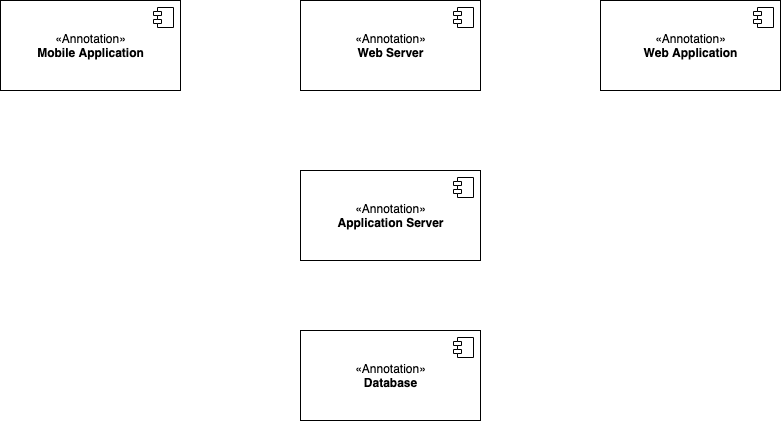
This is Communicating Architecture/UML Component Diagram/Mobile App UML Component Diagram.png from smitbmx/Architecture-Diagrams, a draw.io export, as it was before one commit. Source tidied: cells renumbered, new cells last; positions are measured from the earlier drawing's top-left corner, leaving out a move shared by most shapes.
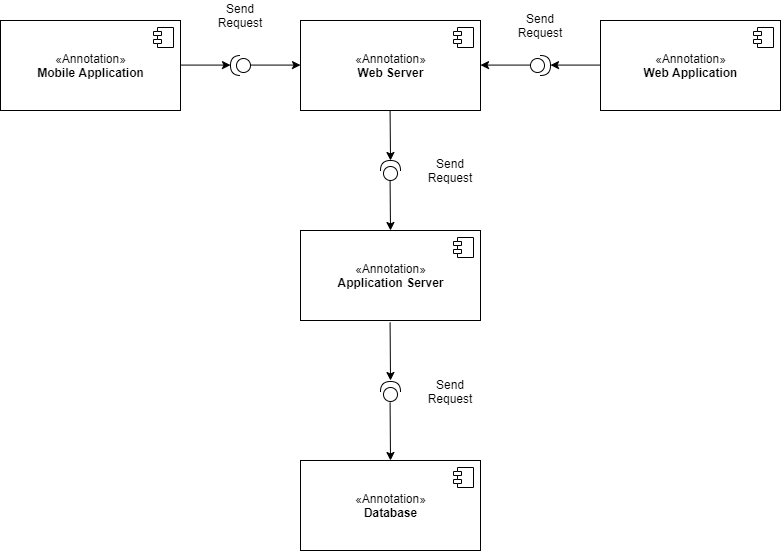
Above is the later version.

Diff of the diagram source:
```diff
@@ -3,7 +3,7 @@
     <mxCell id="0" />
     <mxCell id="1" parent="0" />
     <mxCell id="2" value="«Annotation»&lt;br&gt;&lt;b&gt;Application Server&lt;/b&gt;" style="html=1;" parent="1" vertex="1">
-      <mxGeometry x="300" y="170" width="180" height="90" as="geometry" />
+      <mxGeometry x="300" y="210" width="180" height="90" as="geometry" />
     </mxCell>
     <mxCell id="3" style="shape=module;jettyWidth=8;jettyHeight=4;" parent="2" vertex="1">
       <mxGeometry x="1" width="20" height="20" relative="1" as="geometry">
@@ -11,7 +11,7 @@
       </mxGeometry>
     </mxCell>
     <mxCell id="4" value="«Annotation»&lt;br&gt;&lt;b&gt;Database&lt;/b&gt;" style="html=1;" parent="1" vertex="1">
-      <mxGeometry x="300" y="330" width="180" height="90" as="geometry" />
+      <mxGeometry x="300" y="440" width="180" height="90" as="geometry" />
     </mxCell>
     <mxCell id="5" style="shape=module;jettyWidth=8;jettyHeight=4;" parent="4" vertex="1">
       <mxGeometry x="1" width="20" height="20" relative="1" as="geometry">
@@ -42,5 +42,77 @@
         <mxPoint x="-27" y="7" as="offset" />
       </mxGeometry>
     </mxCell>
+    <mxCell id="12" style="shape=providedRequiredInterface;html=1;verticalLabelPosition=bottom;sketch=0;fontSize=12;rotation=-90;" parent="1" vertex="1">
+      <mxGeometry x="380" y="140" width="20" height="20" as="geometry" />
+    </mxCell>
+    <mxCell id="13" style="endArrow=classic;html=1;rounded=0;fontSize=12;" parent="1" edge="1">
+      <mxGeometry relative="1" as="geometry">
+        <mxPoint x="389.6" y="90" as="sourcePoint" />
+        <mxPoint x="390" y="140" as="targetPoint" />
+      </mxGeometry>
+    </mxCell>
+    <mxCell id="14" style="endArrow=classic;html=1;rounded=0;fontSize=12;" parent="1" edge="1">
+      <mxGeometry relative="1" as="geometry">
+        <mxPoint x="389.6" y="160" as="sourcePoint" />
+        <mxPoint x="390" y="210" as="targetPoint" />
+      </mxGeometry>
+    </mxCell>
+    <mxCell id="15" style="shape=providedRequiredInterface;html=1;verticalLabelPosition=bottom;sketch=0;fontSize=12;rotation=-90;" parent="1" vertex="1">
+      <mxGeometry x="380" y="361" width="20" height="20" as="geometry" />
+    </mxCell>
+    <mxCell id="16" style="endArrow=classic;html=1;rounded=0;fontSize=12;" parent="1" edge="1">
+      <mxGeometry relative="1" as="geometry">
+        <mxPoint x="389.6" y="302" as="sourcePoint" />
+        <mxPoint x="390" y="360" as="targetPoint" />
+      </mxGeometry>
+    </mxCell>
+    <mxCell id="17" style="shape=providedRequiredInterface;html=1;verticalLabelPosition=bottom;sketch=0;fontSize=12;rotation=-180;" parent="1" vertex="1">
+      <mxGeometry x="230" y="35" width="20" height="20" as="geometry" />
+    </mxCell>
+    <mxCell id="18" style="shape=providedRequiredInterface;html=1;verticalLabelPosition=bottom;sketch=0;fontSize=12;rotation=0;" parent="1" vertex="1">
+      <mxGeometry x="530" y="35" width="20" height="20" as="geometry" />
+    </mxCell>
+    <mxCell id="19" style="endArrow=classic;html=1;rounded=0;fontSize=12;exitX=1;exitY=0.5;exitDx=0;exitDy=0;entryX=0;entryY=0.5;entryDx=0;entryDy=0;entryPerimeter=0;" parent="1" edge="1">
+      <mxGeometry relative="1" as="geometry">
+        <mxPoint x="250" y="44.6" as="sourcePoint" />
+        <mxPoint x="300" y="44.6" as="targetPoint" />
+      </mxGeometry>
+    </mxCell>
+    <mxCell id="20" style="endArrow=classic;html=1;rounded=0;fontSize=12;exitX=1;exitY=0.5;exitDx=0;exitDy=0;exitPerimeter=0;entryX=1;entryY=0.5;entryDx=0;entryDy=0;" parent="1" edge="1">
+      <mxGeometry relative="1" as="geometry">
+        <mxPoint x="600" y="44.6" as="sourcePoint" />
+        <mxPoint x="550" y="44.6" as="targetPoint" />
+      </mxGeometry>
+    </mxCell>
+    <mxCell id="21" style="endArrow=classic;html=1;rounded=0;fontSize=12;exitX=1;exitY=0.5;exitDx=0;exitDy=0;exitPerimeter=0;entryX=1;entryY=0.5;entryDx=0;entryDy=0;" parent="1" edge="1">
+      <mxGeometry relative="1" as="geometry">
+        <mxPoint x="530" y="44.6" as="sourcePoint" />
+        <mxPoint x="480" y="44.6" as="targetPoint" />
+      </mxGeometry>
+    </mxCell>
+    <mxCell id="22" style="endArrow=classic;html=1;rounded=0;fontSize=12;exitX=1;exitY=0.5;exitDx=0;exitDy=0;entryX=0;entryY=0.5;entryDx=0;entryDy=0;entryPerimeter=0;" parent="1" edge="1">
+      <mxGeometry relative="1" as="geometry">
+        <mxPoint x="180" y="44.6" as="sourcePoint" />
+        <mxPoint x="230" y="44.6" as="targetPoint" />
+      </mxGeometry>
+    </mxCell>
+    <mxCell id="23" style="endArrow=classic;html=1;rounded=0;fontSize=12;" parent="1" edge="1">
+      <mxGeometry relative="1" as="geometry">
+        <mxPoint x="389.6" y="382" as="sourcePoint" />
+        <mxPoint x="390" y="440" as="targetPoint" />
+      </mxGeometry>
+    </mxCell>
+    <mxCell id="24" value="Send Request" style="text;html=1;strokeColor=none;fillColor=none;align=center;verticalAlign=middle;whiteSpace=wrap;rounded=0;fontSize=12;" parent="1" vertex="1">
+      <mxGeometry x="210" y="-20" width="60" height="30" as="geometry" />
+    </mxCell>
+    <mxCell id="25" value="Send Request" style="text;html=1;strokeColor=none;fillColor=none;align=center;verticalAlign=middle;whiteSpace=wrap;rounded=0;fontSize=12;" parent="1" vertex="1">
+      <mxGeometry x="510" y="-10" width="60" height="30" as="geometry" />
+    </mxCell>
+    <mxCell id="26" value="Send Request" style="text;html=1;strokeColor=none;fillColor=none;align=center;verticalAlign=middle;whiteSpace=wrap;rounded=0;fontSize=12;" parent="1" vertex="1">
+      <mxGeometry x="420" y="135" width="60" height="30" as="geometry" />
+    </mxCell>
+    <mxCell id="27" value="Send Request" style="text;html=1;strokeColor=none;fillColor=none;align=center;verticalAlign=middle;whiteSpace=wrap;rounded=0;fontSize=12;" parent="1" vertex="1">
+      <mxGeometry x="420" y="356" width="60" height="30" as="geometry" />
+    </mxCell>
   </root>
 </mxGraphModel>
```
